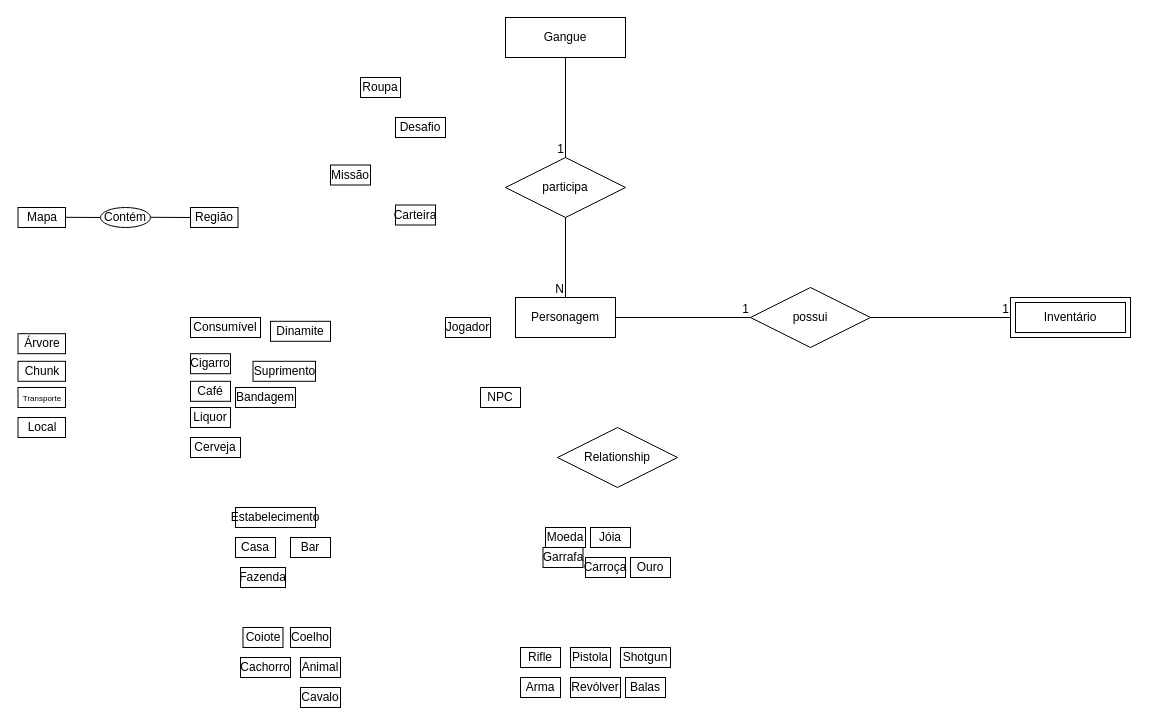
Before: assets/img/Untitled Diagram.drawio in SBD1/2024.1-Red_Dead_Redemption2, a draw.io diagram. Source tidied: cells renumbered, new cells numbered last; positions are measured from the earlier drawing's top-left corner, leaving out a move shared by most shapes. Both pictures are drawn from the tidied source at 100%, with x=0, y=0 at pixel (18, 17).
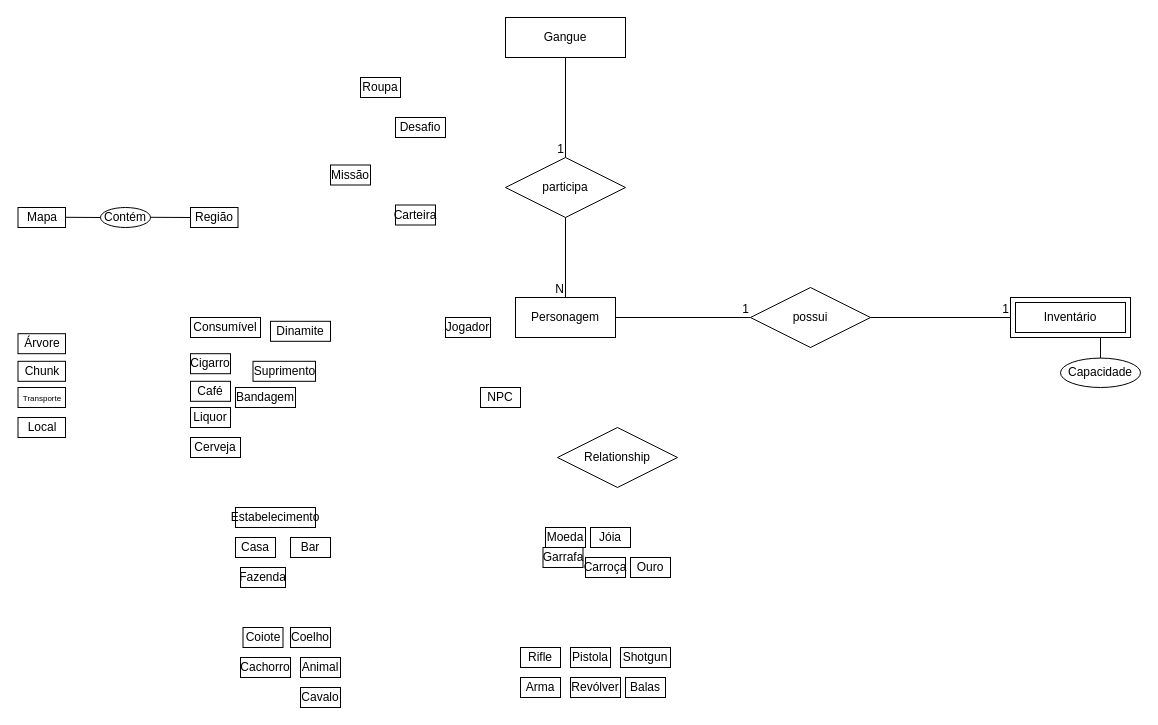
After the change.

The change refers to these unchanged cells:
```xml
<mxCell id="37" value="Inventário" style="shape=ext;margin=3;double=1;whiteSpace=wrap;html=1;align=center;" parent="1" vertex="1">
  <mxGeometry x="992" y="280" width="120" height="40" as="geometry" />
</mxCell>
```

Diff of the diagram source:
```diff
@@
+    <mxCell id="59" value="Capacidade" style="ellipse;whiteSpace=wrap;html=1;align=center;" parent="1" vertex="1">
+      <mxGeometry x="1042" y="340.6" width="80" height="29.4" as="geometry" />
+    </mxCell>
+    <mxCell id="60" style="endArrow=none;html=1;rounded=0;entryX=0.75;entryY=1;entryDx=0;entryDy=0;exitX=0.5;exitY=0;exitDx=0;exitDy=0;" parent="1" edge="1" source="59" target="37">
+      <mxGeometry relative="1" as="geometry" />
+    </mxCell>
```
